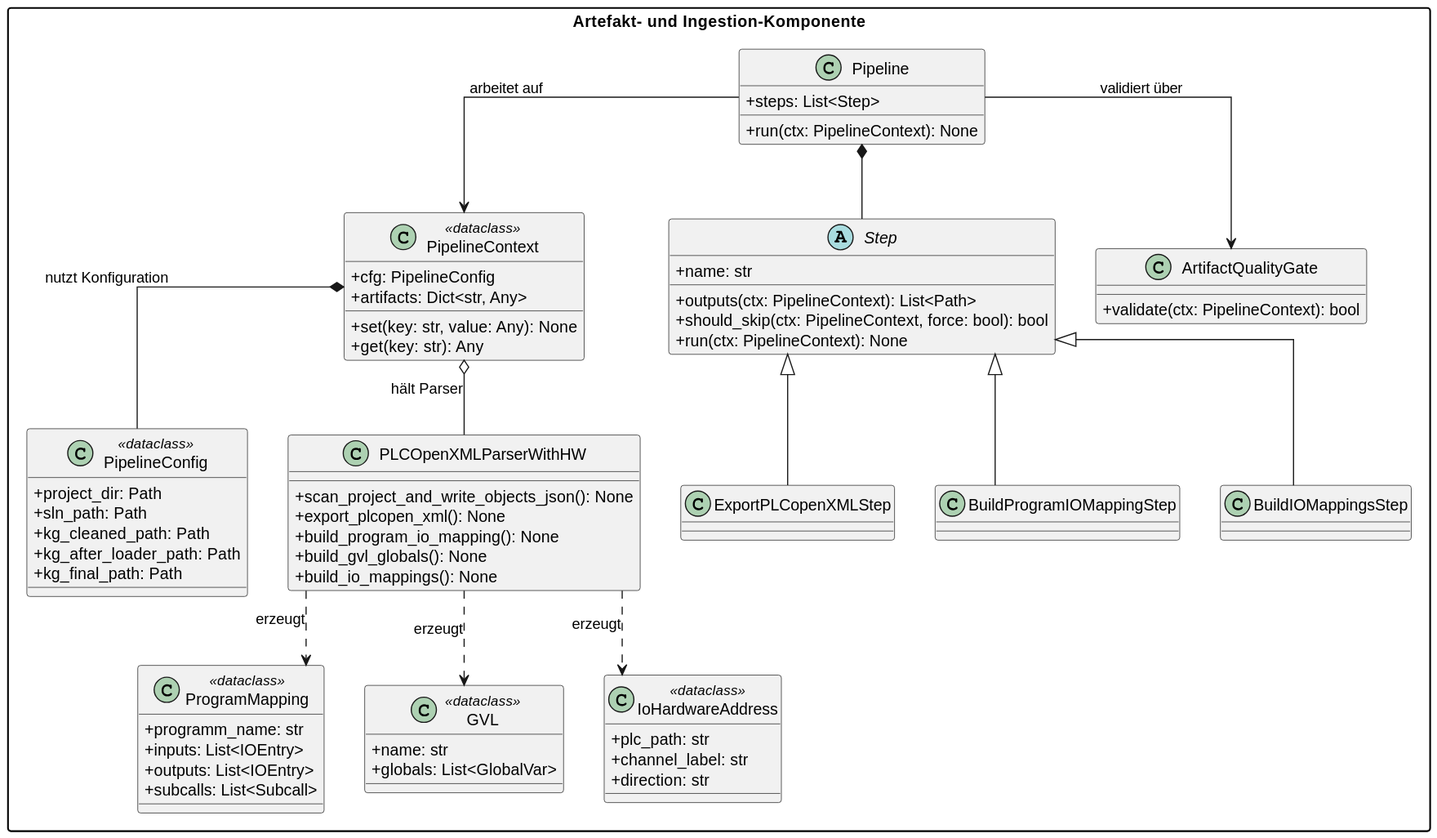
verkal1999/Agent_Test keeps this PlantUML diagram as out/UML-Diagrams/ExcH-KG-Agent/Komponenten_ExcH-KG-Agent/01_artefakt_und_ingestion_komponente/01_artefakt_und_ingestion_komponente.svg. Above is the earlier version. Source of this version:
```plantuml
@startuml
skinparam shadowing false
skinparam classAttributeIconSize 0
skinparam packageStyle rectangle
skinparam linetype ortho
top to bottom direction

package "Artefakt- und Ingestion-Komponente" {
  class PipelineConfig <<dataclass>> {
    +project_dir: Path
    +sln_path: Path
    +kg_cleaned_path: Path
    +kg_after_loader_path: Path
    +kg_final_path: Path
  }

  class PipelineContext <<dataclass>> {
    +cfg: PipelineConfig
    +artifacts: Dict<str, Any>
    +set(key: str, value: Any): None
    +get(key: str): Any
  }

  class Pipeline {
    +steps: List<Step>
    +run(ctx: PipelineContext): None
  }

  abstract class Step {
    +name: str
    +outputs(ctx: PipelineContext): List<Path>
    +should_skip(ctx: PipelineContext, force: bool): bool
    +run(ctx: PipelineContext): None
  }

  class ExportPLCopenXMLStep
  class BuildProgramIOMappingStep
  class BuildIOMappingsStep

  class PLCOpenXMLParserWithHW {
    +scan_project_and_write_objects_json(): None
    +export_plcopen_xml(): None
    +build_program_io_mapping(): None
    +build_gvl_globals(): None
    +build_io_mappings(): None
  }

  class ProgramMapping <<dataclass>> {
    +programm_name: str
    +inputs: List<IOEntry>
    +outputs: List<IOEntry>
    +subcalls: List<Subcall>
  }

  class GVL <<dataclass>> {
    +name: str
    +globals: List<GlobalVar>
  }

  class IoHardwareAddress <<dataclass>> {
    +plc_path: str
    +channel_label: str
    +direction: str
  }

  class ArtifactQualityGate {
    +validate(ctx: PipelineContext): bool
  }

  Step <|-- ExportPLCopenXMLStep
  Step <|-- BuildProgramIOMappingStep
  Step <|-- BuildIOMappingsStep
  Pipeline *-- Step
  Pipeline --> PipelineContext : arbeitet auf
  Pipeline --> ArtifactQualityGate : validiert über
  PipelineContext *-- PipelineConfig : nutzt Konfiguration
  PipelineContext o-- PLCOpenXMLParserWithHW : hält Parser
  PLCOpenXMLParserWithHW ..> ProgramMapping : erzeugt
  PLCOpenXMLParserWithHW ..> GVL : erzeugt
  PLCOpenXMLParserWithHW ..> IoHardwareAddress : erzeugt
}
@enduml
```
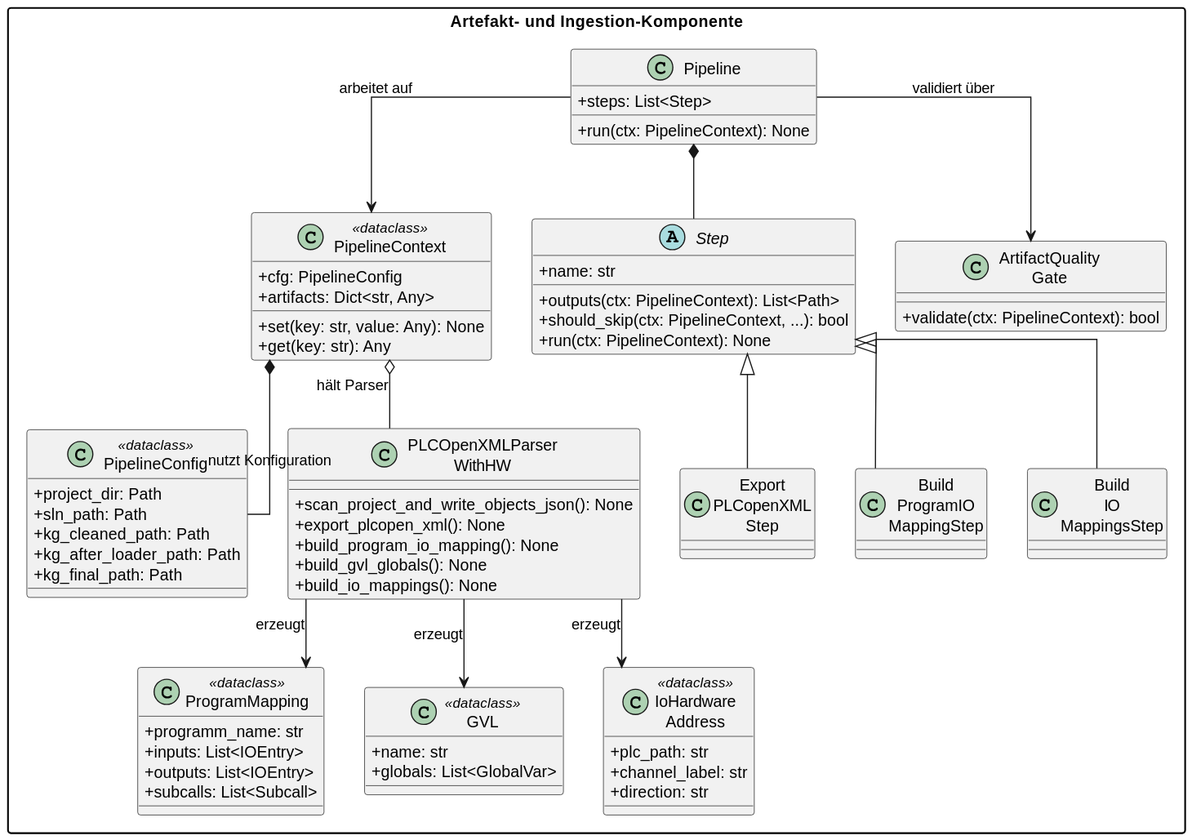
After the commit.

The edit, as a diff of the source:
```diff
@@ -29,15 +29,15 @@
   abstract class Step {
     +name: str
     +outputs(ctx: PipelineContext): List<Path>
-    +should_skip(ctx: PipelineContext, force: bool): bool
+    +should_skip(ctx: PipelineContext, ...): bool
     +run(ctx: PipelineContext): None
   }
 
-  class ExportPLCopenXMLStep
-  class BuildProgramIOMappingStep
-  class BuildIOMappingsStep
+  class "Export\nPLCopenXML\nStep" as ExportPLCopenXMLStep
+  class "Build\nProgramIO\nMappingStep" as BuildProgramIOMappingStep
+  class "Build\nIO\nMappingsStep" as BuildIOMappingsStep
 
-  class PLCOpenXMLParserWithHW {
+  class "PLCOpenXMLParser\nWithHW" as PLCOpenXMLParserWithHW {
     +scan_project_and_write_objects_json(): None
     +export_plcopen_xml(): None
     +build_program_io_mapping(): None
@@ -57,13 +57,13 @@
     +globals: List<GlobalVar>
   }
 
-  class IoHardwareAddress <<dataclass>> {
+  class "IoHardware\nAddress" as IoHardwareAddress <<dataclass>> {
     +plc_path: str
     +channel_label: str
     +direction: str
   }
 
-  class ArtifactQualityGate {
+  class "ArtifactQuality\nGate" as ArtifactQualityGate {
     +validate(ctx: PipelineContext): bool
   }
 
@@ -75,8 +75,8 @@
   Pipeline --> ArtifactQualityGate : validiert über
   PipelineContext *-- PipelineConfig : nutzt Konfiguration
   PipelineContext o-- PLCOpenXMLParserWithHW : hält Parser
-  PLCOpenXMLParserWithHW ..> ProgramMapping : erzeugt
-  PLCOpenXMLParserWithHW ..> GVL : erzeugt
-  PLCOpenXMLParserWithHW ..> IoHardwareAddress : erzeugt
+  PLCOpenXMLParserWithHW --> ProgramMapping : erzeugt
+  PLCOpenXMLParserWithHW --> GVL : erzeugt
+  PLCOpenXMLParserWithHW --> IoHardwareAddress : erzeugt
 }
 @enduml
```
